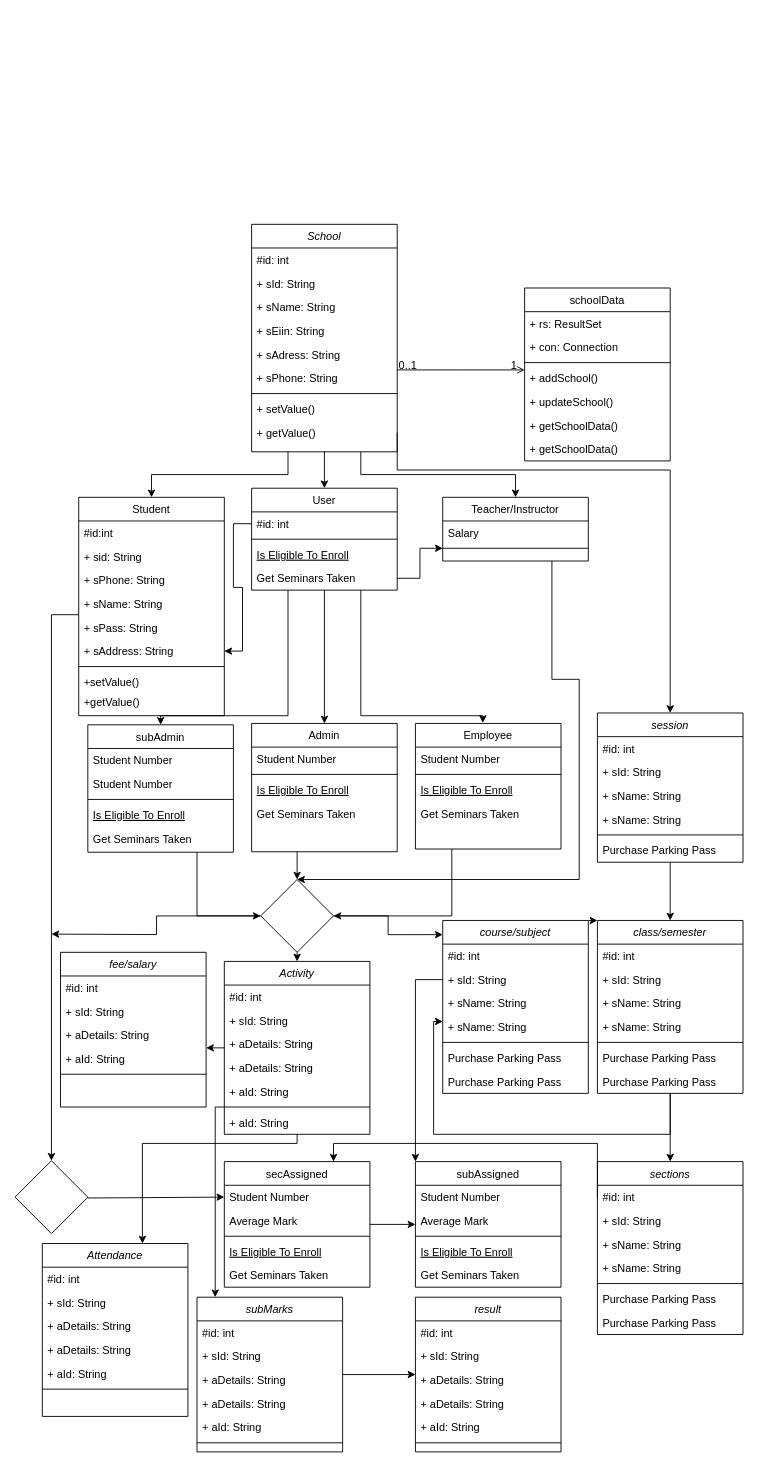
Earlier version of the draw.io diagram Untitled Diagram.drawio (mffoysal/git-github). Source tidied: cells renumbered, new cells numbered last; positions are measured from the earlier drawing's top-left corner, leaving out a move shared by most shapes. Both pictures are drawn from the tidied source at 91%, with x=0, y=0 at pixel (15, 224).
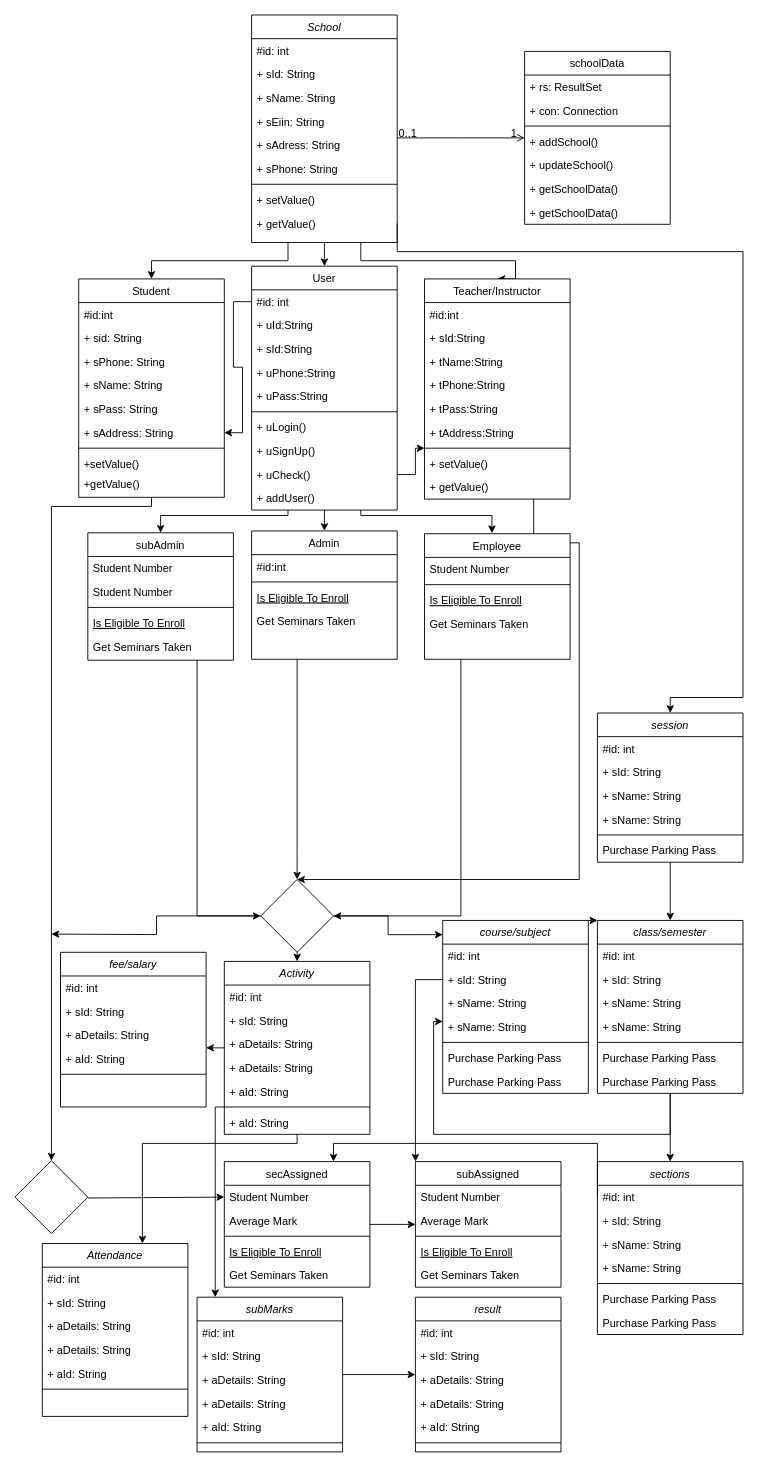
Above is the later version.

The change refers to these unchanged cells:
```xml
<mxCell id="14" value="+ getValue()" style="text;align=left;verticalAlign=top;spacingLeft=4;spacingRight=4;overflow=hidden;points=[[0,0.5],[1,0.5]];portConstraint=eastwest;" parent="5" vertex="1">
  <mxGeometry y="216" width="160" height="26" as="geometry" />
</mxCell>
<mxCell id="69" value="session" style="swimlane;fontStyle=2;align=center;verticalAlign=top;horizontal=1;startSize=26;rounded=0;shadow=0;strokeWidth=1;" parent="1" vertex="1">
  <mxGeometry x="640" y="537" width="160" height="164" as="geometry" />
</mxCell>
<mxCell id="130" style="rhombus;whiteSpace=wrap;html=1;verticalAlign=top;fontStyle=0;startSize=26;rounded=0;shadow=0;strokeWidth=1;direction=south;" parent="1" vertex="1">
  <mxGeometry y="1029" width="80" height="80" as="geometry" />
</mxCell>
<mxCell id="134" style="rhombus;whiteSpace=wrap;html=1;verticalAlign=top;fontStyle=0;startSize=26;rounded=0;shadow=0;strokeWidth=1;" parent="1" vertex="1">
  <mxGeometry x="270" y="720" width="80" height="80" as="geometry" />
</mxCell>
```

The edit, as a diff of the source:
```diff
@@
     <mxCell id="3" style="edgeStyle=orthogonalEdgeStyle;rounded=0;jettySize=auto;html=1;exitX=0.75;exitY=1;exitDx=0;exitDy=0;entryX=0.5;entryY=0;entryDx=0;entryDy=0;" parent="1" edge="1" source="5" target="27">
-      <mxGeometry relative="1" as="geometry" />
+      <mxGeometry relative="1" as="geometry">
+        <Array as="points">
+          <mxPoint x="380" y="40" />
+          <mxPoint x="550" y="40" />
+        </Array>
+      </mxGeometry>
     </mxCell>
@@
     <mxCell id="5" value="School" style="swimlane;fontStyle=2;align=center;verticalAlign=top;horizontal=1;startSize=26;rounded=0;shadow=0;strokeWidth=1;" parent="1" vertex="1">
-      <mxGeometry x="260" width="160" height="250" as="geometry" />
+      <mxGeometry x="260" y="-230" width="160" height="250" as="geometry" />
     </mxCell>
@@
     <mxCell id="15" style="edgeStyle=orthogonalEdgeStyle;rounded=0;jettySize=auto;html=1;" parent="1" edge="1" source="16" target="130">
       <mxGeometry relative="1" as="geometry">
         <Array as="points">
-          <mxPoint x="40" y="429" />
+          <mxPoint x="150" y="310" />
+          <mxPoint x="40" y="310" />
         </Array>
       </mxGeometry>
     </mxCell>
     <mxCell id="16" value="Student" style="swimlane;fontStyle=0;align=center;verticalAlign=top;horizontal=1;startSize=26;rounded=0;shadow=0;strokeWidth=1;" parent="1" vertex="1">
-      <mxGeometry x="70" y="300" width="160" height="240" as="geometry" />
+      <mxGeometry x="70" y="60" width="160" height="240" as="geometry" />
     </mxCell>
@@
     <mxCell id="26" style="edgeStyle=orthogonalEdgeStyle;rounded=0;jettySize=auto;html=1;exitX=0.75;exitY=1;exitDx=0;exitDy=0;entryX=0.5;entryY=0;entryDx=0;entryDy=0;" parent="1" edge="1" source="27" target="134">
       <mxGeometry relative="1" as="geometry">
         <Array as="points">
-          <mxPoint x="590" y="500" />
-          <mxPoint x="620" y="500" />
+          <mxPoint x="570" y="350" />
+          <mxPoint x="620" y="350" />
           <mxPoint x="620" y="720" />
         </Array>
       </mxGeometry>
     </mxCell>
     <mxCell id="27" value="Teacher/Instructor" style="swimlane;fontStyle=0;align=center;verticalAlign=top;horizontal=1;startSize=26;rounded=0;shadow=0;strokeWidth=1;" parent="1" vertex="1">
-      <mxGeometry x="470" y="300" width="160" height="70" as="geometry" />
+      <mxGeometry x="450" y="60" width="160" height="242" as="geometry" />
     </mxCell>
-    <mxCell id="28" value="Salary" style="text;align=left;verticalAlign=top;spacingLeft=4;spacingRight=4;overflow=hidden;" parent="27" vertex="1">
+    <mxCell id="28" value="#id:int" style="text;align=left;verticalAlign=top;spacingLeft=4;spacingRight=4;overflow=hidden;" parent="27" vertex="1">
       <mxGeometry y="26" width="160" height="26" as="geometry" />
     </mxCell>
+    <mxCell id="166" value="+ sId:String" style="text;align=left;verticalAlign=top;spacingLeft=4;spacingRight=4;overflow=hidden;" parent="27" vertex="1">
+      <mxGeometry y="52" width="160" height="26" as="geometry" />
+    </mxCell>
+    <mxCell id="167" value="+ tName:String" style="text;align=left;verticalAlign=top;spacingLeft=4;spacingRight=4;overflow=hidden;" parent="27" vertex="1">
+      <mxGeometry y="78" width="160" height="26" as="geometry" />
+    </mxCell>
+    <mxCell id="168" value="+ tPhone:String" style="text;align=left;verticalAlign=top;spacingLeft=4;spacingRight=4;overflow=hidden;" parent="27" vertex="1">
+      <mxGeometry y="104" width="160" height="26" as="geometry" />
+    </mxCell>
+    <mxCell id="169" value="+ tPass:String" style="text;align=left;verticalAlign=top;spacingLeft=4;spacingRight=4;overflow=hidden;" parent="27" vertex="1">
+      <mxGeometry y="130" width="160" height="26" as="geometry" />
+    </mxCell>
+    <mxCell id="170" value="+ tAddress:String" style="text;align=left;verticalAlign=top;spacingLeft=4;spacingRight=4;overflow=hidden;" parent="27" vertex="1">
+      <mxGeometry y="156" width="160" height="26" as="geometry" />
+    </mxCell>
     <mxCell id="29" style="line;html=1;strokeWidth=1;align=left;verticalAlign=middle;spacingTop=-1;spacingLeft=3;spacingRight=3;labelPosition=right;points=[];portConstraint=eastwest;" parent="27" vertex="1">
-      <mxGeometry y="52" width="160" height="8" as="geometry" />
+      <mxGeometry y="182" width="160" height="8" as="geometry" />
     </mxCell>
+    <mxCell id="171" value="+ setValue()" style="text;align=left;verticalAlign=top;spacingLeft=4;spacingRight=4;overflow=hidden;" parent="27" vertex="1">
+      <mxGeometry y="190" width="160" height="26" as="geometry" />
+    </mxCell>
+    <mxCell id="172" value="+ getValue()" style="text;align=left;verticalAlign=top;spacingLeft=4;spacingRight=4;overflow=hidden;" parent="27" vertex="1">
+      <mxGeometry y="216" width="160" height="26" as="geometry" />
+    </mxCell>
     <mxCell id="30" value="schoolData" style="swimlane;fontStyle=0;align=center;verticalAlign=top;horizontal=1;startSize=26;rounded=0;shadow=0;strokeWidth=1;" parent="1" vertex="1">
-      <mxGeometry x="560" y="70" width="160" height="190" as="geometry" />
+      <mxGeometry x="560" y="-190" width="160" height="190" as="geometry" />
     </mxCell>
@@
     <mxCell id="42" style="edgeStyle=orthogonalEdgeStyle;rounded=0;jettySize=auto;html=1;exitX=0.75;exitY=1;exitDx=0;exitDy=0;entryX=0.463;entryY=-0.004;entryDx=0;entryDy=0;entryPerimeter=0;" parent="1" edge="1" source="44" target="50">
       <mxGeometry relative="1" as="geometry">
         <Array as="points">
-          <mxPoint x="380" y="540" />
-          <mxPoint x="514" y="540" />
+          <mxPoint x="380" y="320" />
+          <mxPoint x="524" y="320" />
         </Array>
       </mxGeometry>
     </mxCell>
     <mxCell id="43" style="edgeStyle=orthogonalEdgeStyle;rounded=0;jettySize=auto;html=1;exitX=0.25;exitY=1;exitDx=0;exitDy=0;" parent="1" edge="1" source="44" target="56">
       <mxGeometry relative="1" as="geometry">
         <Array as="points">
-          <mxPoint x="300" y="540" />
-          <mxPoint x="160" y="540" />
+          <mxPoint x="300" y="320" />
+          <mxPoint x="160" y="320" />
         </Array>
       </mxGeometry>
     </mxCell>
     <mxCell id="44" value="User" style="swimlane;fontStyle=0;align=center;verticalAlign=top;horizontal=1;startSize=26;rounded=0;shadow=0;strokeWidth=1;" parent="1" vertex="1">
-      <mxGeometry x="260" y="290" width="160" height="112" as="geometry" />
+      <mxGeometry x="260" y="46" width="160" height="268" as="geometry" />
     </mxCell>
@@
+    <mxCell id="173" value="+ uId:String" style="text;align=left;verticalAlign=top;spacingLeft=4;spacingRight=4;overflow=hidden;" parent="44" vertex="1">
+      <mxGeometry y="52" width="160" height="26" as="geometry" />
+    </mxCell>
+    <mxCell id="174" value="+ sId:String" style="text;align=left;verticalAlign=top;spacingLeft=4;spacingRight=4;overflow=hidden;" parent="44" vertex="1">
+      <mxGeometry y="78" width="160" height="26" as="geometry" />
+    </mxCell>
+    <mxCell id="175" value="+ uPhone:String" style="text;align=left;verticalAlign=top;spacingLeft=4;spacingRight=4;overflow=hidden;" parent="44" vertex="1">
+      <mxGeometry y="104" width="160" height="26" as="geometry" />
+    </mxCell>
+    <mxCell id="176" value="+ uPass:String" style="text;align=left;verticalAlign=top;spacingLeft=4;spacingRight=4;overflow=hidden;" parent="44" vertex="1">
+      <mxGeometry y="130" width="160" height="26" as="geometry" />
+    </mxCell>
     <mxCell id="46" style="line;html=1;strokeWidth=1;align=left;verticalAlign=middle;spacingTop=-1;spacingLeft=3;spacingRight=3;labelPosition=right;" parent="44" vertex="1">
-      <mxGeometry y="52" width="160" height="8" as="geometry" />
+      <mxGeometry y="156" width="160" height="8" as="geometry" />
     </mxCell>
+    <mxCell id="177" value="+ uLogin()" style="text;align=left;verticalAlign=top;spacingLeft=4;spacingRight=4;overflow=hidden;" parent="44" vertex="1">
+      <mxGeometry y="164" width="160" height="26" as="geometry" />
+    </mxCell>
-    <mxCell id="47" value="Is Eligible To Enroll" style="text;align=left;verticalAlign=top;spacingLeft=4;spacingRight=4;overflow=hidden;fontStyle=4;" parent="44" vertex="1">
-      <mxGeometry y="60" width="160" height="26" as="geometry" />
+    <mxCell id="47" value="+ uSignUp()" style="text;align=left;verticalAlign=top;spacingLeft=4;spacingRight=4;overflow=hidden;fontStyle=0;" parent="44" vertex="1">
+      <mxGeometry y="190" width="160" height="26" as="geometry" />
     </mxCell>
-    <mxCell id="48" value="Get Seminars Taken" style="text;align=left;verticalAlign=top;spacingLeft=4;spacingRight=4;overflow=hidden;points=[[0,0.5],[1,0.5]];portConstraint=eastwest;" parent="44" vertex="1">
-      <mxGeometry y="86" width="160" height="26" as="geometry" />
+    <mxCell id="48" value="+ uCheck()" style="text;align=left;verticalAlign=top;spacingLeft=4;spacingRight=4;overflow=hidden;points=[[0,0.5],[1,0.5]];portConstraint=eastwest;" parent="44" vertex="1">
+      <mxGeometry y="216" width="160" height="26" as="geometry" />
     </mxCell>
+    <mxCell id="178" value="+ addUser()" style="text;align=left;verticalAlign=top;spacingLeft=4;spacingRight=4;overflow=hidden;" parent="44" vertex="1">
+      <mxGeometry y="242" width="160" height="26" as="geometry" />
+    </mxCell>
@@
     <mxCell id="50" value="Employee" style="swimlane;fontStyle=0;align=center;verticalAlign=top;horizontal=1;startSize=26;rounded=0;shadow=0;strokeWidth=1;" parent="1" vertex="1">
-      <mxGeometry x="440" y="548.5" width="160" height="138" as="geometry" />
+      <mxGeometry x="450" y="340" width="160" height="138" as="geometry" />
     </mxCell>
@@
     <mxCell id="56" value="subAdmin" style="swimlane;fontStyle=0;align=center;verticalAlign=top;horizontal=1;startSize=26;rounded=0;shadow=0;strokeWidth=1;" parent="1" vertex="1">
-      <mxGeometry x="80" y="550" width="160" height="140" as="geometry" />
+      <mxGeometry x="80" y="339" width="160" height="140" as="geometry" />
     </mxCell>
@@
     <mxCell id="63" value="Admin" style="swimlane;fontStyle=0;align=center;verticalAlign=top;horizontal=1;startSize=26;rounded=0;shadow=0;strokeWidth=1;" parent="1" vertex="1">
-      <mxGeometry x="260" y="548.5" width="160" height="141" as="geometry" />
+      <mxGeometry x="260" y="337" width="160" height="141" as="geometry" />
     </mxCell>
-    <mxCell id="64" value="Student Number" style="text;align=left;verticalAlign=top;spacingLeft=4;spacingRight=4;overflow=hidden;" parent="63" vertex="1">
+    <mxCell id="64" value="#id:int" style="text;align=left;verticalAlign=top;spacingLeft=4;spacingRight=4;overflow=hidden;" parent="63" vertex="1">
       <mxGeometry y="26" width="160" height="26" as="geometry" />
     </mxCell>
@@
     <mxCell id="164" style="edgeStyle=orthogonalEdgeStyle;rounded=0;jettySize=auto;html=1;exitX=1;exitY=0.5;exitDx=0;exitDy=0;entryX=0.5;entryY=0;entryDx=0;entryDy=0;" parent="1" edge="1" source="14" target="69">
       <mxGeometry relative="1" as="geometry">
         <Array as="points">
-          <mxPoint x="420" y="270" />
-          <mxPoint x="720" y="270" />
+          <mxPoint x="420" y="30" />
+          <mxPoint x="800" y="30" />
+          <mxPoint x="800" y="520" />
+          <mxPoint x="720" y="520" />
         </Array>
       </mxGeometry>
     </mxCell>
```
